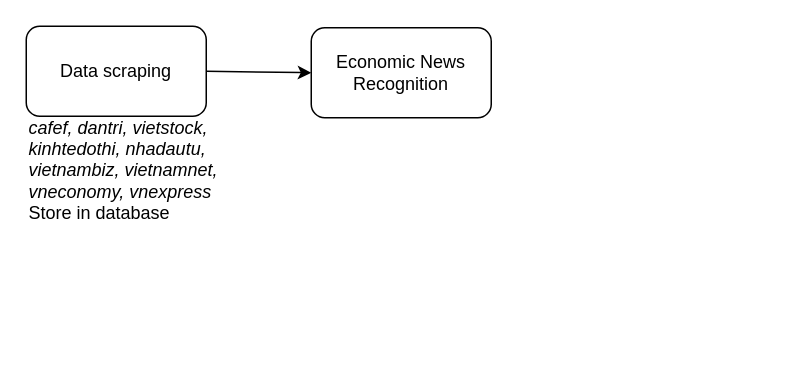
Before: Biểu đồ không có tiêu đề.drawio in Angelectronic/alphafold, a draw.io diagram. Source tidied: cells renumbered, new cells numbered last; positions are measured from the earlier drawing's top-left corner, leaving out a move shared by most shapes. Both pictures are drawn from the tidied source at 150%, with x=0, y=0 at pixel (26, 26).
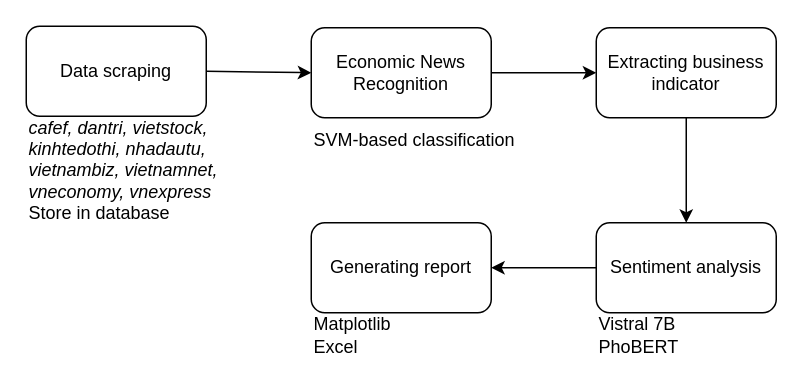
The same diagram, later.

Commit message:
Cập nhật Biểu đồ không có tiêu đề.drawio

The edit, as a diff of the source:
```diff
@@
 <mxGraphModel>
   <root>
     <mxCell id="0" />
     <mxCell id="1" parent="0" />
     <mxCell id="2" value="Data scraping" style="rounded=1;whiteSpace=wrap;html=1;" parent="1" vertex="1">
       <mxGeometry width="120" height="60" as="geometry" />
     </mxCell>
     <mxCell id="3" value="&lt;i&gt;cafef, dantri, vietstock, kinhtedothi, nhadautu, vietnambiz, vietnamnet, vneconomy, vnexpress&lt;/i&gt;&lt;div&gt;Store in database&lt;/div&gt;" style="text;html=1;align=left;verticalAlign=middle;whiteSpace=wrap;rounded=0;" parent="1" vertex="1">
       <mxGeometry y="61" width="130" height="70" as="geometry" />
     </mxCell>
     <mxCell id="4" value="Economic News Recognition" style="rounded=1;whiteSpace=wrap;html=1;" parent="1" vertex="1">
       <mxGeometry x="190" y="1" width="120" height="60" as="geometry" />
     </mxCell>
     <mxCell id="5" style="endArrow=classic;html=1;rounded=0;exitX=1;exitY=0.5;exitDx=0;exitDy=0;entryX=0;entryY=0.5;entryDx=0;entryDy=0;" parent="1" edge="1" source="2" target="4">
       <mxGeometry relative="1" as="geometry" />
     </mxCell>
+    <mxCell id="6" value="SVM-based classification" style="text;html=1;align=left;verticalAlign=middle;whiteSpace=wrap;rounded=0;" parent="1" vertex="1">
+      <mxGeometry x="190" y="61" width="146" height="30" as="geometry" />
+    </mxCell>
+    <mxCell id="7" value="Extracting business indicator" style="rounded=1;whiteSpace=wrap;html=1;" parent="1" vertex="1">
+      <mxGeometry x="380" y="1" width="120" height="60" as="geometry" />
+    </mxCell>
+    <mxCell id="8" style="endArrow=classic;html=1;rounded=0;exitX=1;exitY=0.5;exitDx=0;exitDy=0;entryX=0;entryY=0.5;entryDx=0;entryDy=0;" parent="1" edge="1" source="4" target="7">
+      <mxGeometry relative="1" as="geometry" />
+    </mxCell>
+    <mxCell id="9" value="Sentiment analysis" style="rounded=1;whiteSpace=wrap;html=1;" parent="1" vertex="1">
+      <mxGeometry x="380" y="131" width="120" height="60" as="geometry" />
+    </mxCell>
+    <mxCell id="10" style="endArrow=classic;html=1;rounded=0;exitX=0.5;exitY=1;exitDx=0;exitDy=0;entryX=0.5;entryY=0;entryDx=0;entryDy=0;" parent="1" edge="1" source="7" target="9">
+      <mxGeometry relative="1" as="geometry" />
+    </mxCell>
+    <mxCell id="11" value="Vistral 7B&lt;div&gt;PhoBERT&lt;/div&gt;" style="text;html=1;align=left;verticalAlign=middle;whiteSpace=wrap;rounded=0;" parent="1" vertex="1">
+      <mxGeometry x="380" y="191" width="120" height="29" as="geometry" />
+    </mxCell>
+    <mxCell id="12" value="Generating report" style="rounded=1;whiteSpace=wrap;html=1;" parent="1" vertex="1">
+      <mxGeometry x="190" y="131" width="120" height="60" as="geometry" />
+    </mxCell>
+    <mxCell id="13" style="endArrow=classic;html=1;rounded=0;exitX=0;exitY=0.5;exitDx=0;exitDy=0;entryX=1;entryY=0.5;entryDx=0;entryDy=0;" parent="1" edge="1" source="9" target="12">
+      <mxGeometry relative="1" as="geometry" />
+    </mxCell>
+    <mxCell id="14" value="Matplotlib&lt;div&gt;Excel&lt;/div&gt;" style="text;html=1;align=left;verticalAlign=middle;whiteSpace=wrap;rounded=0;" parent="1" vertex="1">
+      <mxGeometry x="190" y="191" width="120" height="30" as="geometry" />
+    </mxCell>
   </root>
 </mxGraphModel>
```
